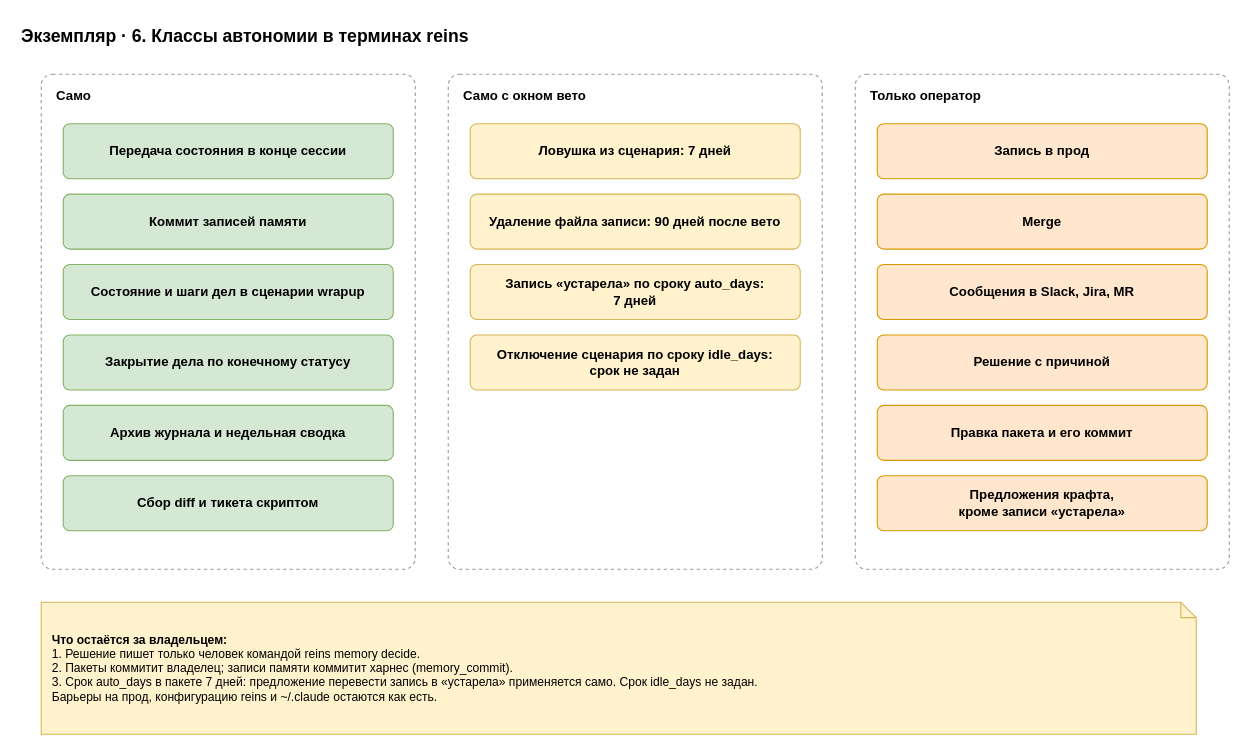
This is page "6. Автономия" (6 of 7) of docs/spec/harness-instance-capital-operator.drawio from roygkov/reins, a draw.io file, before an edit. Source tidied: cells renumbered, new cells numbered last; positions are measured from the earlier drawing's top-left corner, leaving out a move shared by most shapes. Both pictures are drawn from the tidied source at 110%, with x=0, y=0 at pixel (19, 19).
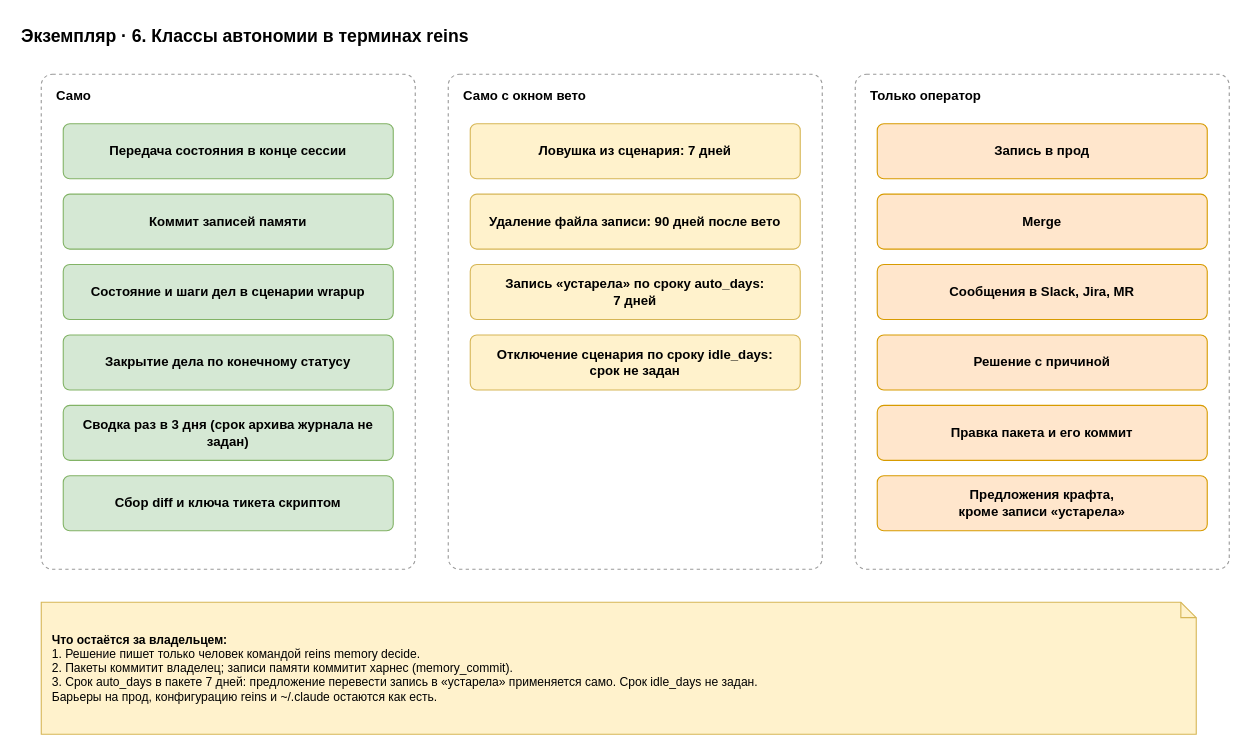
Above is the later version.

Change to the diagram source:
```diff
@@
-    <mxCell id="8" value="&lt;b&gt;Архив журнала и недельная сводка&lt;/b&gt;" style="rounded=1;whiteSpace=wrap;html=1;fillColor=#d5e8d4;strokeColor=#82b366;arcSize=12;" parent="1" vertex="1">
+    <mxCell id="8" value="&lt;b&gt;Сводка раз в 3 дня (срок архива журнала не задан)&lt;/b&gt;" style="rounded=1;whiteSpace=wrap;html=1;fillColor=#d5e8d4;strokeColor=#82b366;arcSize=12;" parent="1" vertex="1">
       <mxGeometry x="40" y="351" width="300" height="50" as="geometry" />
     </mxCell>
-    <mxCell id="9" value="&lt;b&gt;Сбор diff и тикета скриптом&lt;/b&gt;" style="rounded=1;whiteSpace=wrap;html=1;fillColor=#d5e8d4;strokeColor=#82b366;arcSize=12;" parent="1" vertex="1">
+    <mxCell id="9" value="&lt;b&gt;Сбор diff и ключа тикета скриптом&lt;/b&gt;" style="rounded=1;whiteSpace=wrap;html=1;fillColor=#d5e8d4;strokeColor=#82b366;arcSize=12;" parent="1" vertex="1">
       <mxGeometry x="40" y="415" width="300" height="50" as="geometry" />
     </mxCell>
```
